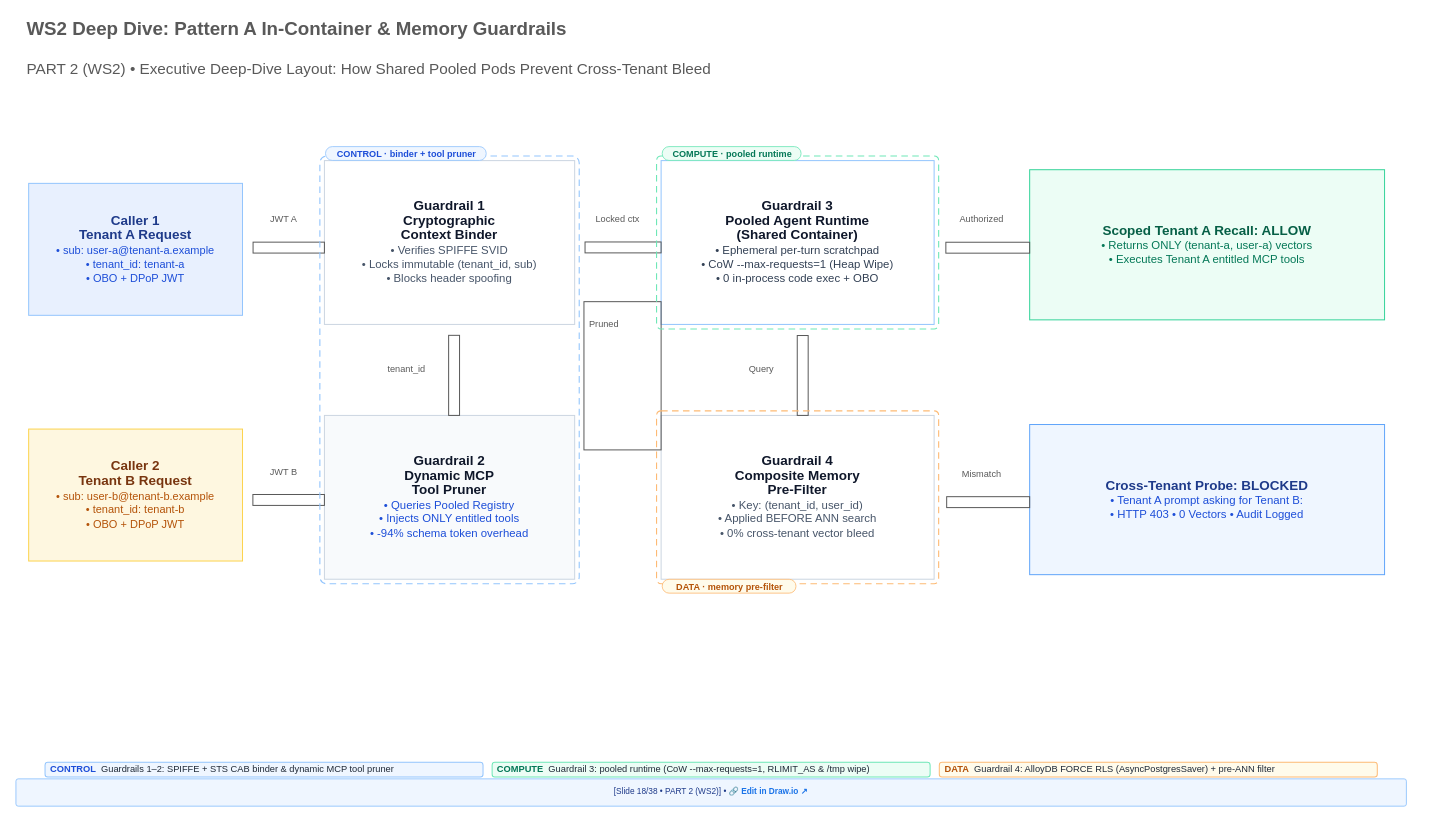
Above: diagrams/s05-ws2-pattern-a-sketch-guardrails.drawio in nitinaggarwal-12/blogs (draw.io), before the change. Source tidied: cells renumbered, new cells numbered last; positions are measured from the earlier drawing's top-left corner, leaving out a move shared by most shapes. Both pictures are drawn from the tidied source at 91%, with x=0, y=0 at pixel (15, 15).
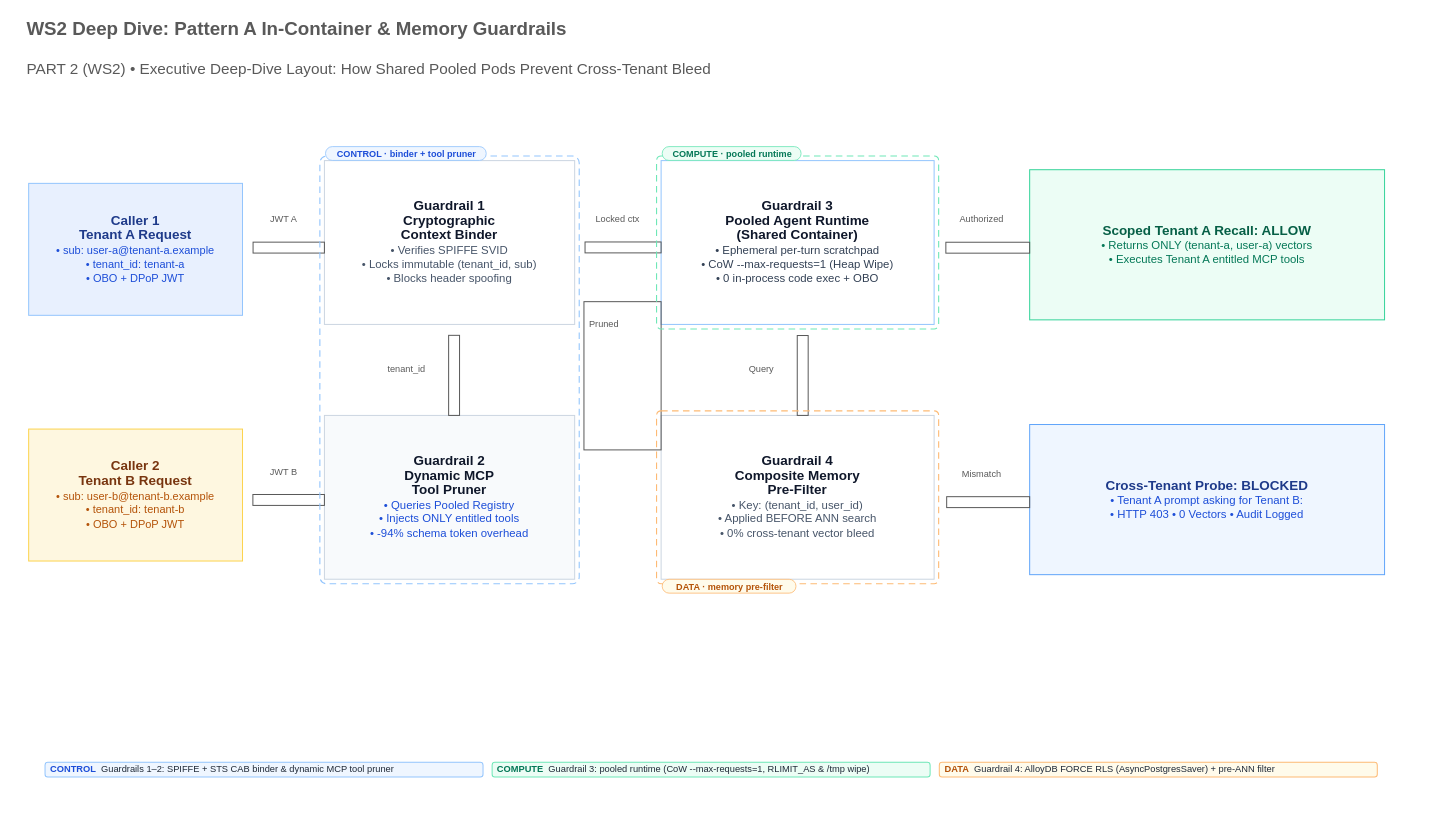
After the change.

Diff of the diagram source:
```diff
@@
-    <mxCell id="28" value="&lt;div style=&quot;line-height:1.06;margin:0;padding:0;&quot;&gt;&lt;span style=&quot;font-size:9.1px;color:#1E3A8A;&quot;&gt;[Slide 18/38 • PART 2 (WS2)]  •  &lt;/span&gt;&lt;span style=&quot;font-size:9.1px;color:#1A73E8;&quot;&gt;&lt;b&gt;🔗 Edit in Draw.io ↗&lt;/b&gt;&lt;/span&gt;&lt;/div&gt;" style="html=1;whiteSpace=wrap;rounded=1;absoluteArcSize=1;arcSize=5;fillColor=#EFF6FF;strokeColor=#93C5FD;strokeWidth=1.0;fontColor=#1E3A8A;fontSize=9.1;align=center;verticalAlign=middle;spacing=0;spacingLeft=0;spacingRight=0;spacingTop=0;spacingBottom=0;" parent="1" vertex="1">
-      <mxGeometry y="838.4" width="1528" height="30" as="geometry" />
-    </mxCell>
```
